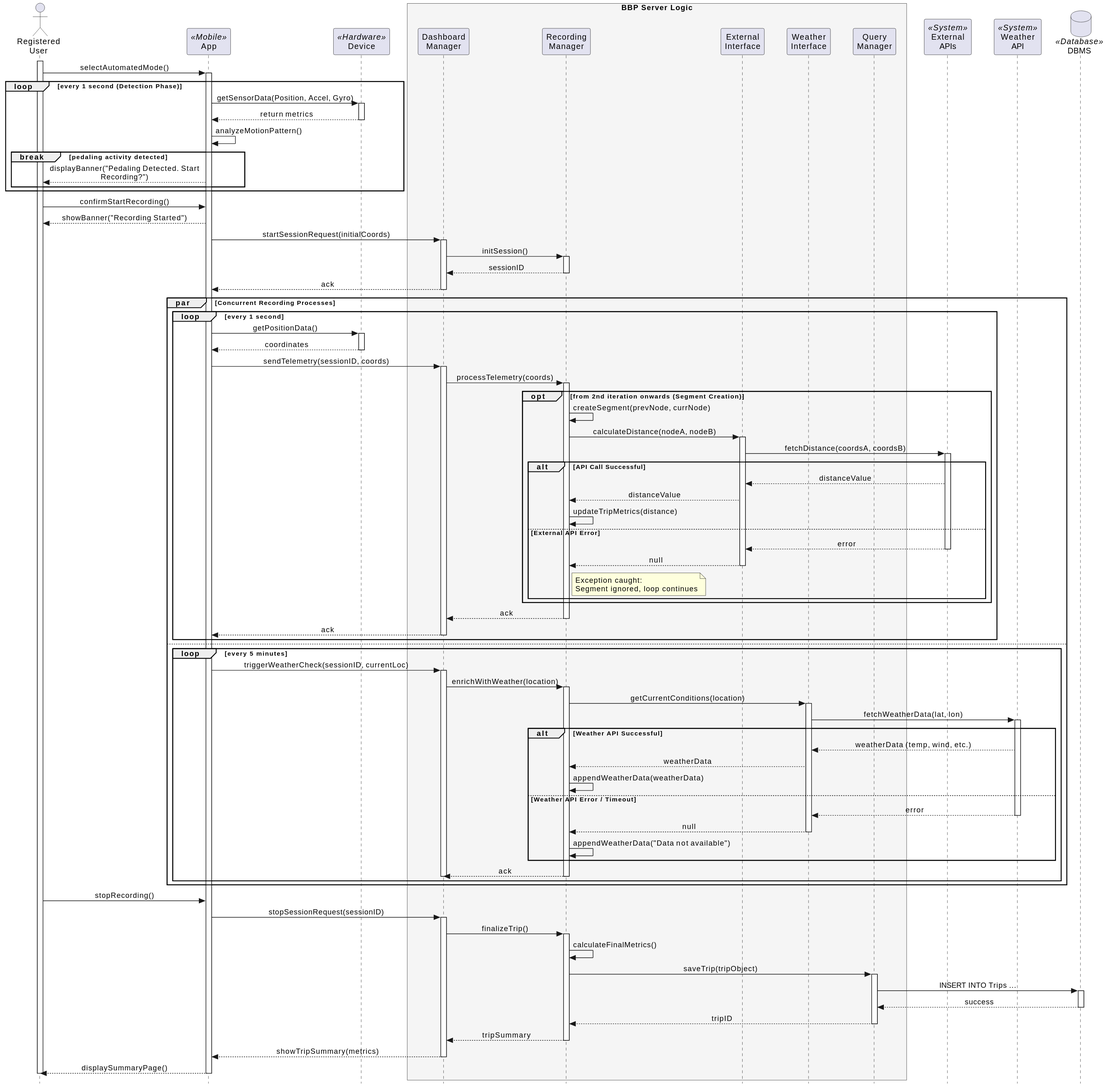
Earlier version of the PlantUML export DD/sequence_diagrams/automated.svg (ABurato26/BuratoCrimellaFaccini). Its diagram source:
```plantuml
@startuml
skinparam style strictuml
skinparam sequenceMessageAlign center
skinparam maxMessageSize 350
skinparam ParticipantPadding 15
skinparam BoxPadding 10

actor "Registered\nUser" as user
participant "App" as app <<Mobile>>
participant "Device" as dev <<Hardware>>
box "BBP Server Logic" #F5F5F5
    participant "Dashboard\nManager" as dashMan
    participant "Recording\nManager" as recMan
    participant "External\nInterface" as extInt
    participant "Weather\nInterface" as weaInt
    participant "Query\nManager" as queryMan
end box
participant "External\nAPIs" as extApi <<System>>
participant "Weather\nAPI" as weaApi <<System>>
database "DBMS" as db <<Database>>

activate user
user -> app : selectAutomatedMode()
activate app

loop every 1 second (Detection Phase)
    app -> dev : getSensorData(Position, Accel, Gyro)
    activate dev
    dev --> app : return metrics
    deactivate dev

    app -> app : analyzeMotionPattern()

    break pedaling activity detected
        app --> user : displayBanner("Pedaling Detected. Start Recording?")
    end
end

user -> app : confirmStartRecording()
app --> user : showBanner("Recording Started")

app -> dashMan : startSessionRequest(initialCoords)
activate dashMan
dashMan -> recMan : initSession()
activate recMan
recMan --> dashMan : sessionID
deactivate recMan
dashMan --> app : ack
deactivate dashMan

par Concurrent Recording Processes

    loop every 1 second
        app -> dev : getPositionData()
        activate dev
        dev --> app : coordinates
        deactivate dev

        app -> dashMan : sendTelemetry(sessionID, coords)
        activate dashMan
        dashMan -> recMan : processTelemetry(coords)
        activate recMan

        opt from 2nd iteration onwards (Segment Creation)
            recMan -> recMan : createSegment(prevNode, currNode)

            recMan -> extInt : calculateDistance(nodeA, nodeB)
            activate extInt
            extInt -> extApi : fetchDistance(coordsA, coordsB)
            activate extApi

            alt API Call Successful
                extApi --> extInt : distanceValue
                extInt --> recMan : distanceValue
                recMan -> recMan : updateTripMetrics(distance)
            else External API Error
                extApi --> extInt : error
                deactivate extApi
                extInt --> recMan : null
                deactivate extInt
                note right of recMan : Exception caught:\nSegment ignored, loop continues
            end
        end
        recMan --> dashMan : ack
        deactivate recMan
        dashMan --> app : ack
        deactivate dashMan
    end

else

    loop every 5 minutes
        app -> dashMan : triggerWeatherCheck(sessionID, currentLoc)
        activate dashMan
        dashMan -> recMan : enrichWithWeather(location)
        activate recMan

        recMan -> weaInt : getCurrentConditions(location)
        activate weaInt
        weaInt -> weaApi : fetchWeatherData(lat, lon)
        activate weaApi

        alt Weather API Successful
            weaApi --> weaInt : weatherData (temp, wind, etc.)
            weaInt --> recMan : weatherData
            recMan -> recMan : appendWeatherData(weatherData)
        else Weather API Error / Timeout
            weaApi --> weaInt : error
            deactivate weaApi
            weaInt --> recMan : null
            deactivate weaInt
            recMan -> recMan : appendWeatherData("Data not available")
        end

        recMan --> dashMan : ack
        deactivate recMan
        deactivate dashMan
    end

end

user -> app : stopRecording()

app -> dashMan : stopSessionRequest(sessionID)
activate dashMan
dashMan -> recMan : finalizeTrip()
activate recMan

recMan -> recMan : calculateFinalMetrics()

recMan -> queryMan : saveTrip(tripObject)
activate queryMan
queryMan -> db : INSERT INTO Trips ...
activate db
db --> queryMan : success
deactivate db
queryMan --> recMan : tripID
deactivate queryMan

recMan --> dashMan : tripSummary
deactivate recMan

dashMan --> app : showTripSummary(metrics)
deactivate dashMan

app --> user : displaySummaryPage()
deactivate app
deactivate user
@enduml
```
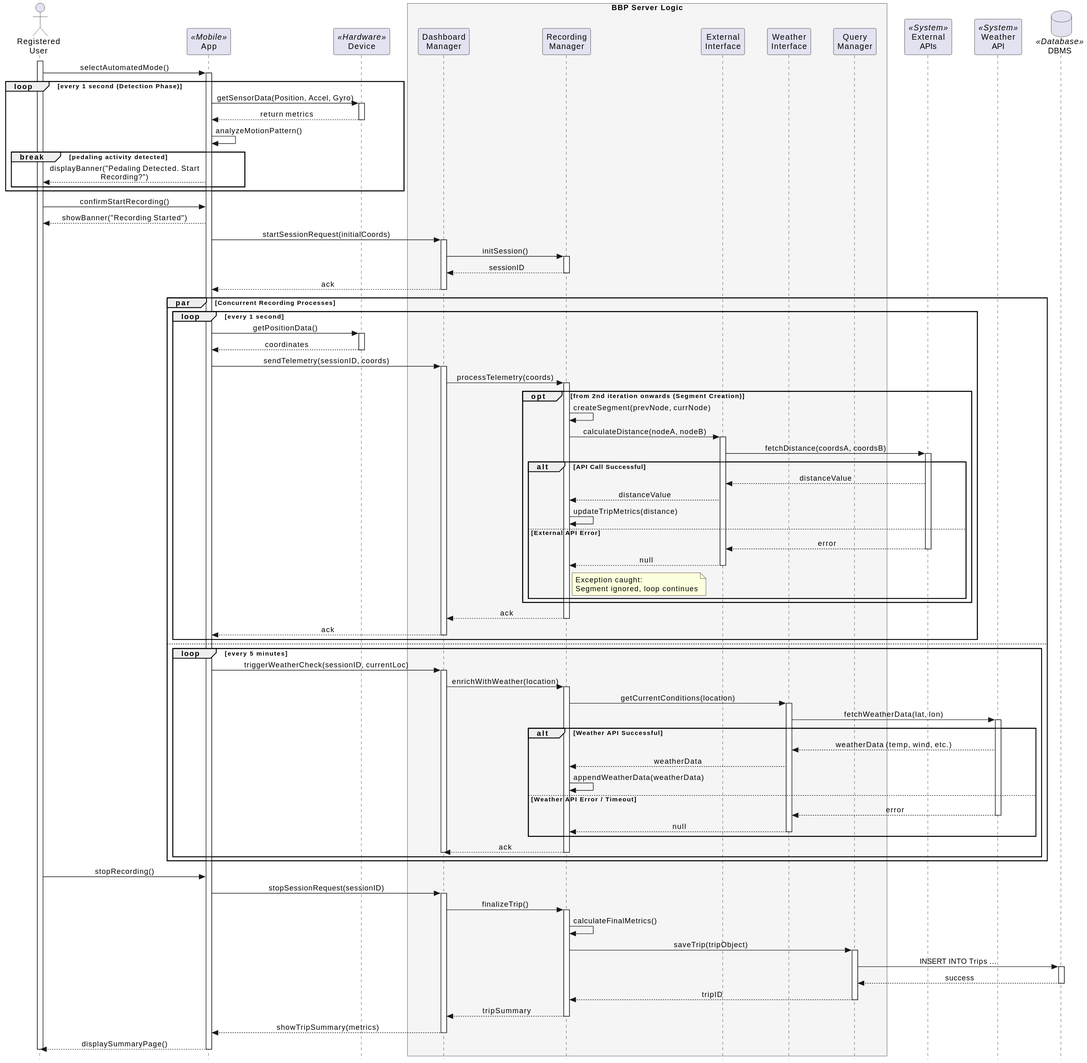
After the change.

Change to the diagram source:
```diff
@@ -109,7 +109,6 @@
             deactivate weaApi
             weaInt --> recMan : null
             deactivate weaInt
-            recMan -> recMan : appendWeatherData("Data not available")
         end
 
         recMan --> dashMan : ack
```
